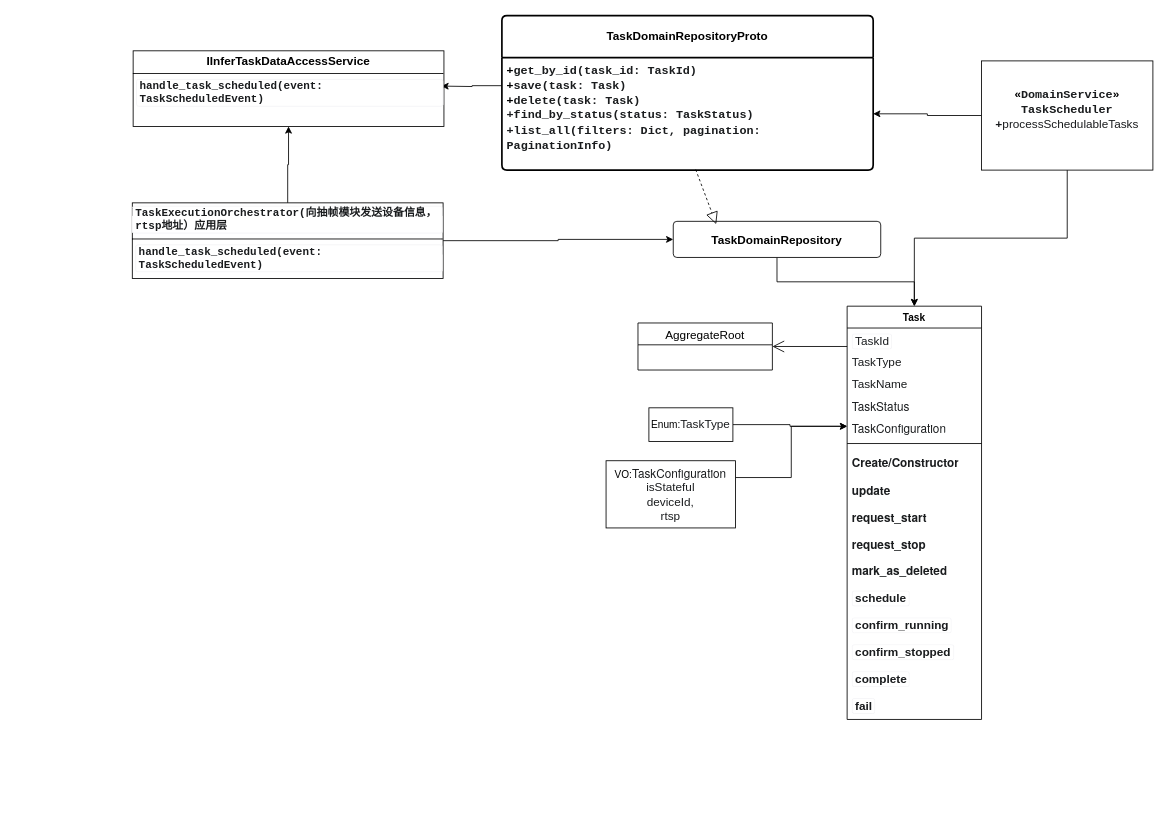
This is 1.drawio from monster-46173/djjs, a draw.io file, before an edit. Source tidied: cells renumbered, new cells numbered last; positions are measured from the earlier drawing's top-left corner, leaving out a move shared by most shapes. Both pictures are drawn from the tidied source at 84%, with x=0, y=0 at pixel (132, 15).
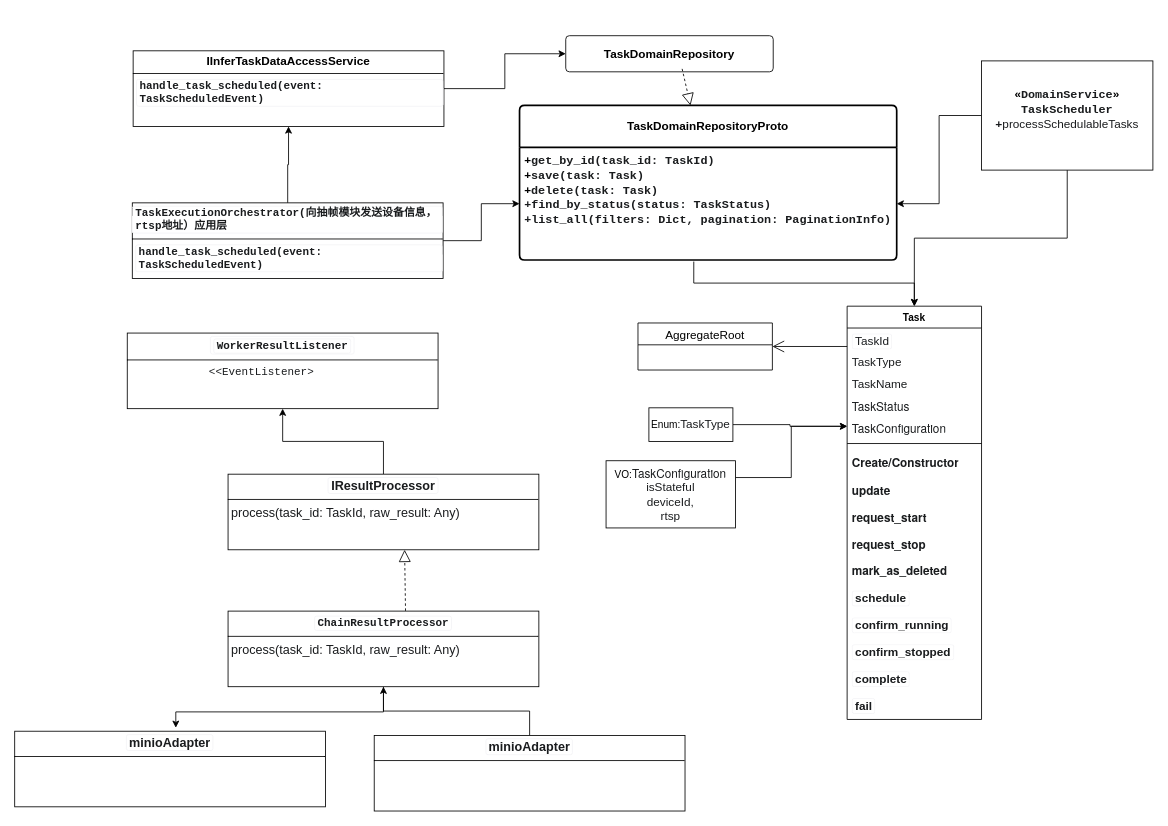
The same diagram, later.

Unchanged cells that the change refers to:
```xml
<mxCell id="4" value="Task" style="swimlane;fontStyle=1;align=center;verticalAlign=top;horizontal=1;startSize=26;whiteSpace=wrap;html=1;" parent="1" vertex="1">
  <mxGeometry x="851" y="346" width="160" height="492" as="geometry" />
</mxCell>
<mxCell id="35" value="&lt;p style=&quot;margin:0px;margin-top:4px;text-align:center;&quot;&gt;&lt;strong style=&quot;box-sizing: border-box; color: rgb(26, 28, 30); font-family: &amp;quot;Google Sans Text&amp;quot;, &amp;quot;Helvetica Neue&amp;quot;, sans-serif; font-size: 14px; text-align: start; background-color: rgb(255, 255, 255);&quot; class=&quot;ng-star-inserted&quot;&gt;&lt;span style=&quot;box-sizing: border-box; background-image: none; background-position: 0% 0%; background-size: auto; background-repeat: repeat; background-attachment: scroll; background-origin: padding-box; background-clip: border-box; border-color: rgb(243, 243, 246); border-style: solid; border-width: 0.666667px; border-image: none 100% / 1 / 0 stretch; border-radius: 3px; font-size: 13px; padding: 0px 3px; display: inline-block; font-family: &amp;quot;DM Mono&amp;quot;, monospace;&quot; class=&quot;inline-code ng-star-inserted&quot;&gt;TaskExecutionOrchestrator(向抽帧模块发送设备信息，rtsp地址）应用层&lt;/span&gt;&lt;/strong&gt;&lt;/p&gt;&lt;hr size=&quot;1&quot; style=&quot;border-style:solid;&quot;&gt;&lt;p style=&quot;margin:0px;margin-left:4px;&quot;&gt;&lt;/p&gt;&lt;p style=&quot;margin:0px;margin-left:4px;&quot;&gt;&lt;strong style=&quot;box-sizing: border-box; color: rgb(26, 28, 30); font-family: &amp;quot;Google Sans Text&amp;quot;, &amp;quot;Helvetica Neue&amp;quot;, sans-serif; font-size: 14px; background-color: rgb(255, 255, 255);&quot; class=&quot;ng-star-inserted&quot;&gt;&lt;span style=&quot;box-sizing: border-box; background-image: none; background-position: 0% 0%; background-size: auto; background-repeat: repeat; background-attachment: scroll; background-origin: padding-box; background-clip: border-box; border-color: rgb(243, 243, 246); border-style: solid; border-width: 0.666667px; border-image: none 100% / 1 / 0 stretch; border-radius: 3px; font-size: 13px; padding: 0px 3px; display: inline-block; font-family: &amp;quot;DM Mono&amp;quot;, monospace;&quot; class=&quot;inline-code ng-star-inserted&quot;&gt;handle_task_scheduled(event: TaskScheduledEvent)&lt;/span&gt;&lt;/strong&gt;&lt;/p&gt;" style="verticalAlign=top;align=left;overflow=fill;html=1;whiteSpace=wrap;" parent="1" vertex="1">
  <mxGeometry y="223" width="370" height="90" as="geometry" />
</mxCell>
<mxCell id="37" value="&lt;p style=&quot;margin:0px;margin-top:4px;text-align:center;&quot;&gt;&lt;b style=&quot;font-size: 14px;&quot;&gt;IInferTaskDataAccessService&lt;/b&gt;&lt;/p&gt;&lt;hr size=&quot;1&quot; style=&quot;border-style:solid;&quot;&gt;&lt;p style=&quot;margin:0px;margin-left:4px;&quot;&gt;&lt;/p&gt;&lt;p style=&quot;margin:0px;margin-left:4px;&quot;&gt;&lt;strong style=&quot;box-sizing: border-box; color: rgb(26, 28, 30); font-family: &amp;quot;Google Sans Text&amp;quot;, &amp;quot;Helvetica Neue&amp;quot;, sans-serif; font-size: 14px; background-color: rgb(255, 255, 255);&quot; class=&quot;ng-star-inserted&quot;&gt;&lt;span style=&quot;box-sizing: border-box; background-image: none; background-position: 0% 0%; background-size: auto; background-repeat: repeat; background-attachment: scroll; background-origin: padding-box; background-clip: border-box; border-color: rgb(243, 243, 246); border-style: solid; border-width: 0.666667px; border-image: none 100% / 1 / 0 stretch; border-radius: 3px; font-size: 13px; padding: 0px 3px; display: inline-block; font-family: &amp;quot;DM Mono&amp;quot;, monospace;&quot; class=&quot;inline-code ng-star-inserted&quot;&gt;handle_task_scheduled(event: TaskScheduledEvent)&lt;/span&gt;&lt;/strong&gt;&lt;/p&gt;" style="verticalAlign=top;align=left;overflow=fill;html=1;whiteSpace=wrap;" parent="1" vertex="1">
  <mxGeometry x="1" y="42" width="370" height="90" as="geometry" />
</mxCell>
```

What changed in the source:
```diff
@@
-    <mxCell id="21" style="edgeStyle=orthogonalEdgeStyle;rounded=0;jettySize=auto;html=1;exitX=0.5;exitY=1;exitDx=0;exitDy=0;" parent="1" edge="1" source="22" target="4">
+    <mxCell id="21" style="edgeStyle=orthogonalEdgeStyle;rounded=0;jettySize=auto;html=1;exitX=0.462;exitY=1.014;exitDx=0;exitDy=0;exitPerimeter=0;" parent="1" edge="1" source="24" target="4">
       <mxGeometry relative="1" as="geometry" />
     </mxCell>
     <mxCell id="22" value="&lt;font face=&quot;Helvetica&quot; style=&quot;font-size: 14px;&quot;&gt;&lt;b&gt;TaskDomainRepository&lt;/b&gt;&lt;/font&gt;" style="rounded=1;arcSize=10;whiteSpace=wrap;html=1;align=center;" parent="1" vertex="1">
-      <mxGeometry x="644" y="245" width="247" height="43" as="geometry" />
+      <mxGeometry x="516" y="24" width="247" height="43" as="geometry" />
     </mxCell>
     <mxCell id="23" value="&lt;b&gt;TaskDomainRepositoryProto&lt;/b&gt;" style="swimlane;horizontal=1;startSize=50;rounded=1;fontSize=14;fontStyle=0;strokeWidth=2;shadow=0;dashed=0;align=center;arcSize=4;whiteSpace=wrap;html=1;" parent="1" vertex="1">
-      <mxGeometry x="440" width="442" height="184" as="geometry" />
+      <mxGeometry x="461" y="107" width="449" height="184" as="geometry" />
     </mxCell>
     <mxCell id="24" value="&lt;font style=&quot;font-size: 14px;&quot;&gt;&lt;b&gt;+&lt;span style=&quot;color: rgb(26, 28, 30); font-family: &amp;quot;DM Mono&amp;quot;, monospace; background-color: rgb(255, 255, 255);&quot;&gt;get_by_id(task_id: TaskId)&lt;/span&gt;&lt;br&gt;+&lt;span style=&quot;color: rgb(26, 28, 30); font-family: &amp;quot;DM Mono&amp;quot;, monospace; background-color: rgb(255, 255, 255);&quot;&gt;save(task: Task)&lt;/span&gt;&lt;br&gt;+&lt;span style=&quot;color: rgb(26, 28, 30); font-family: &amp;quot;DM Mono&amp;quot;, monospace; background-color: rgb(255, 255, 255);&quot;&gt;delete(task: Task)&lt;/span&gt;&lt;/b&gt;&lt;/font&gt;&lt;div&gt;&lt;font style=&quot;font-size: 14px;&quot;&gt;&lt;b&gt;&lt;font style=&quot;&quot;&gt;&lt;span style=&quot;color: rgb(26, 28, 30); font-family: &amp;quot;DM Mono&amp;quot;, monospace; background-color: rgb(255, 255, 255);&quot;&gt;+&lt;/span&gt;&lt;/font&gt;&lt;span style=&quot;background-color: rgb(255, 255, 255); color: rgb(26, 28, 30); font-family: &amp;quot;DM Mono&amp;quot;, monospace;&quot;&gt;find_by_status(status: TaskStatus)&lt;/span&gt;&lt;/b&gt;&lt;/font&gt;&lt;/div&gt;&lt;div&gt;&lt;font style=&quot;font-size: 14px;&quot;&gt;&lt;b&gt;&lt;span style=&quot;background-color: rgb(255, 255, 255); color: rgb(26, 28, 30); font-family: &amp;quot;DM Mono&amp;quot;, monospace;&quot;&gt;+&lt;/span&gt;&lt;span style=&quot;background-color: rgb(255, 255, 255); color: rgb(26, 28, 30); font-family: &amp;quot;DM Mono&amp;quot;, monospace;&quot;&gt;list_all(filters: Dict, pagination: PaginationInfo)&lt;/span&gt;&lt;/b&gt;&lt;/font&gt;&lt;/div&gt;" style="align=left;strokeColor=none;fillColor=none;spacingLeft=4;spacingRight=4;fontSize=12;verticalAlign=top;html=1;whiteSpace=wrap;" parent="23" vertex="1">
-      <mxGeometry y="50" width="442" height="134" as="geometry" />
+      <mxGeometry y="50" width="449" height="134" as="geometry" />
     </mxCell>
-    <mxCell id="25" style="endArrow=block;dashed=1;endFill=0;endSize=12;html=1;rounded=0;entryX=0.207;entryY=0.079;entryDx=0;entryDy=0;entryPerimeter=0;exitX=0.522;exitY=0.995;exitDx=0;exitDy=0;exitPerimeter=0;" parent="1" edge="1" source="24" target="22">
+    <mxCell id="25" style="endArrow=block;dashed=1;endFill=0;endSize=12;html=1;rounded=0;exitX=0.561;exitY=0.918;exitDx=0;exitDy=0;exitPerimeter=0;" parent="1" edge="1" source="22" target="23">
       <mxGeometry relative="1" as="geometry" />
     </mxCell>
@@
-    <mxCell id="33" style="edgeStyle=orthogonalEdgeStyle;rounded=0;jettySize=auto;html=1;exitX=1;exitY=0.5;exitDx=0;exitDy=0;entryX=0;entryY=0.5;entryDx=0;entryDy=0;" parent="1" edge="1" source="35" target="22">
+    <mxCell id="33" style="edgeStyle=orthogonalEdgeStyle;rounded=0;jettySize=auto;html=1;exitX=1;exitY=0.5;exitDx=0;exitDy=0;entryX=0;entryY=0.5;entryDx=0;entryDy=0;" parent="1" edge="1" source="35" target="24">
       <mxGeometry relative="1" as="geometry" />
     </mxCell>
@@
-    <mxCell id="36" style="edgeStyle=orthogonalEdgeStyle;rounded=0;jettySize=auto;html=1;exitX=0;exitY=0.25;exitDx=0;exitDy=0;" parent="1" edge="1" source="24">
-      <mxGeometry relative="1" as="geometry">
-        <mxPoint x="368" y="84" as="targetPoint" />
-      </mxGeometry>
-    </mxCell>
+    <mxCell id="38" style="edgeStyle=orthogonalEdgeStyle;rounded=0;jettySize=auto;html=1;exitX=1;exitY=0.5;exitDx=0;exitDy=0;" parent="1" edge="1" source="37" target="22">
+      <mxGeometry relative="1" as="geometry" />
+    </mxCell>
@@
+    <mxCell id="39" value="&lt;p style=&quot;margin:0px;margin-top:4px;text-align:center;&quot;&gt;&lt;strong style=&quot;box-sizing: border-box; color: rgb(26, 28, 30); font-family: &amp;quot;Google Sans Text&amp;quot;, &amp;quot;Helvetica Neue&amp;quot;, sans-serif; font-size: 14px; text-align: left; background-color: rgb(255, 255, 255);&quot; class=&quot;ng-star-inserted&quot;&gt;&lt;span style=&quot;box-sizing: border-box; background-image: none; background-position: 0% 0%; background-size: auto; background-repeat: repeat; background-attachment: scroll; background-origin: padding-box; background-clip: border-box; border-color: rgb(243, 243, 246); border-style: solid; border-width: 0.666667px; border-image: none 100% / 1 / 0 stretch; border-radius: 3px; font-size: 13px; padding: 0px 3px; display: inline-block; font-family: &amp;quot;DM Mono&amp;quot;, monospace;&quot; class=&quot;inline-code ng-star-inserted&quot;&gt;&lt;strong style=&quot;box-sizing: border-box; font-family: &amp;quot;Google Sans Text&amp;quot;, &amp;quot;Helvetica Neue&amp;quot;, sans-serif; font-size: 14px;&quot; class=&quot;ng-star-inserted&quot;&gt;&lt;span style=&quot;box-sizing: border-box; background-image: none; background-position: 0% 0%; background-size: auto; background-repeat: repeat; background-attachment: scroll; background-origin: padding-box; background-clip: border-box; border-color: rgb(243, 243, 246); border-style: solid; border-width: 0.666667px; border-image: none 100% / 1 / 0 stretch; border-radius: 3px; font-size: 13px; padding: 0px 3px; display: inline-block; font-family: &amp;quot;DM Mono&amp;quot;, monospace;&quot; class=&quot;inline-code ng-star-inserted&quot;&gt;WorkerResultListener&lt;/span&gt;&lt;/strong&gt;&lt;/span&gt;&lt;/strong&gt;&lt;/p&gt;&lt;hr size=&quot;1&quot; style=&quot;border-style:solid;&quot;&gt;&lt;p style=&quot;margin:0px;margin-left:4px;&quot;&gt;&lt;/p&gt;&lt;p style=&quot;margin:0px;margin-left:4px;&quot;&gt;&lt;span style=&quot;color: rgb(26, 28, 30); font-family: &amp;quot;DM Mono&amp;quot;, monospace; font-size: 13px; background-color: rgb(255, 255, 255);&quot;&gt;&amp;nbsp; &amp;nbsp; &amp;nbsp; &amp;nbsp; &amp;nbsp; &amp;nbsp; &amp;lt;&amp;lt;EventListener&amp;gt;&lt;/span&gt;&lt;/p&gt;" style="verticalAlign=top;align=left;overflow=fill;html=1;whiteSpace=wrap;" parent="1" vertex="1">
+      <mxGeometry x="-6" y="378" width="370" height="90" as="geometry" />
+    </mxCell>
+    <mxCell id="40" style="edgeStyle=orthogonalEdgeStyle;rounded=0;jettySize=auto;html=1;exitX=0.5;exitY=0;exitDx=0;exitDy=0;entryX=0.5;entryY=1;entryDx=0;entryDy=0;" parent="1" edge="1" source="41" target="39">
+      <mxGeometry relative="1" as="geometry" />
+    </mxCell>
+    <mxCell id="41" value="&lt;p style=&quot;margin:0px;margin-top:4px;text-align:center;&quot;&gt;&lt;strong style=&quot;box-sizing: border-box; color: rgb(26, 28, 30); text-align: left; background-color: rgb(255, 255, 255);&quot; class=&quot;ng-star-inserted&quot;&gt;&lt;span style=&quot;box-sizing: border-box; background-image: none; background-position: 0% 0%; background-size: auto; background-repeat: repeat; background-attachment: scroll; background-origin: padding-box; background-clip: border-box; border-color: rgb(243, 243, 246); border-style: solid; border-width: 0.666667px; border-image: none 100% / 1 / 0 stretch; border-radius: 3px; padding: 0px 3px; display: inline-block;&quot; class=&quot;inline-code ng-star-inserted&quot;&gt;&lt;font face=&quot;Helvetica&quot; style=&quot;font-size: 15px;&quot;&gt;IResultProcessor&lt;/font&gt;&lt;/span&gt;&lt;/strong&gt;&lt;/p&gt;&lt;hr size=&quot;1&quot; style=&quot;border-style:solid;&quot;&gt;&lt;p style=&quot;margin:0px;margin-left:4px;&quot;&gt;&lt;/p&gt;&lt;p style=&quot;margin:0px;margin-left:4px;&quot;&gt;&lt;span style=&quot;color: rgb(26, 28, 30); background-color: rgb(255, 255, 255);&quot;&gt;&lt;font face=&quot;Helvetica&quot; style=&quot;font-size: 15px;&quot;&gt;process(task_id: TaskId, raw_result: Any)&lt;/font&gt;&lt;/span&gt;&lt;/p&gt;" style="verticalAlign=top;align=left;overflow=fill;html=1;whiteSpace=wrap;" parent="1" vertex="1">
+      <mxGeometry x="114" y="546" width="370" height="90" as="geometry" />
+    </mxCell>
+    <mxCell id="42" style="edgeStyle=orthogonalEdgeStyle;rounded=0;jettySize=auto;html=1;exitX=0.5;exitY=1;exitDx=0;exitDy=0;" parent="1" edge="1" source="43">
+      <mxGeometry relative="1" as="geometry">
+        <mxPoint x="51.8" y="847.9" as="targetPoint" />
+        <Array as="points">
+          <mxPoint x="299" y="829" />
+          <mxPoint x="52" y="829" />
+        </Array>
+      </mxGeometry>
+    </mxCell>
+    <mxCell id="43" value="&lt;p style=&quot;margin:0px;margin-top:4px;text-align:center;&quot;&gt;&lt;strong style=&quot;box-sizing: border-box; color: rgb(26, 28, 30); font-family: &amp;quot;Google Sans Text&amp;quot;, &amp;quot;Helvetica Neue&amp;quot;, sans-serif; font-size: 14px; text-align: left; background-color: rgb(255, 255, 255);&quot; class=&quot;ng-star-inserted&quot;&gt;&lt;span style=&quot;box-sizing: border-box; background-image: none; background-position: 0% 0%; background-size: auto; background-repeat: repeat; background-attachment: scroll; background-origin: padding-box; background-clip: border-box; border-color: rgb(243, 243, 246); border-style: solid; border-width: 0.666667px; border-image: none 100% / 1 / 0 stretch; border-radius: 3px; font-size: 13px; padding: 0px 3px; display: inline-block; font-family: &amp;quot;DM Mono&amp;quot;, monospace;&quot; class=&quot;inline-code ng-star-inserted&quot;&gt;ChainResultProcessor&lt;/span&gt;&lt;/strong&gt;&lt;/p&gt;&lt;hr size=&quot;1&quot; style=&quot;border-style:solid;&quot;&gt;&lt;p style=&quot;margin:0px;margin-left:4px;&quot;&gt;&lt;/p&gt;&lt;p style=&quot;margin:0px;margin-left:4px;&quot;&gt;&lt;span style=&quot;color: rgb(26, 28, 30); font-size: 15px; background-color: rgb(255, 255, 255);&quot;&gt;process(task_id: TaskId, raw_result: Any)&lt;/span&gt;&lt;/p&gt;" style="verticalAlign=top;align=left;overflow=fill;html=1;whiteSpace=wrap;" parent="1" vertex="1">
+      <mxGeometry x="114" y="709" width="370" height="90" as="geometry" />
+    </mxCell>
+    <mxCell id="44" style="endArrow=block;dashed=1;endFill=0;endSize=12;html=1;rounded=0;entryX=0.568;entryY=1;entryDx=0;entryDy=0;exitX=0.571;exitY=-0.003;exitDx=0;exitDy=0;entryPerimeter=0;exitPerimeter=0;" parent="1" edge="1" source="43" target="41">
+      <mxGeometry relative="1" as="geometry" />
+    </mxCell>
+    <mxCell id="45" value="&lt;p style=&quot;margin:0px;margin-top:4px;text-align:center;&quot;&gt;&lt;strong style=&quot;box-sizing: border-box; color: rgb(26, 28, 30); text-align: left; background-color: rgb(255, 255, 255);&quot; class=&quot;ng-star-inserted&quot;&gt;&lt;span style=&quot;box-sizing: border-box; background-image: none; background-position: 0% 0%; background-size: auto; background-repeat: repeat; background-attachment: scroll; background-origin: padding-box; background-clip: border-box; border-color: rgb(243, 243, 246); border-style: solid; border-width: 0.666667px; border-image: none 100% / 1 / 0 stretch; border-radius: 3px; padding: 0px 3px; display: inline-block;&quot; class=&quot;inline-code ng-star-inserted&quot;&gt;&lt;font face=&quot;Helvetica&quot; style=&quot;font-size: 15px;&quot;&gt;minioAdapter&lt;/font&gt;&lt;/span&gt;&lt;/strong&gt;&lt;/p&gt;&lt;hr size=&quot;1&quot; style=&quot;border-style:solid;&quot;&gt;&lt;p style=&quot;margin:0px;margin-left:4px;&quot;&gt;&lt;/p&gt;&lt;p style=&quot;margin:0px;margin-left:4px;&quot;&gt;&lt;br&gt;&lt;/p&gt;" style="verticalAlign=top;align=left;overflow=fill;html=1;whiteSpace=wrap;" parent="1" vertex="1">
+      <mxGeometry x="-140" y="852" width="370" height="90" as="geometry" />
+    </mxCell>
+    <mxCell id="46" style="edgeStyle=orthogonalEdgeStyle;rounded=0;jettySize=auto;html=1;exitX=0.5;exitY=0;exitDx=0;exitDy=0;" parent="1" edge="1" source="47" target="43">
+      <mxGeometry relative="1" as="geometry" />
+    </mxCell>
+    <mxCell id="47" value="&lt;p style=&quot;margin:0px;margin-top:4px;text-align:center;&quot;&gt;&lt;strong style=&quot;box-sizing: border-box; color: rgb(26, 28, 30); text-align: left; background-color: rgb(255, 255, 255);&quot; class=&quot;ng-star-inserted&quot;&gt;&lt;span style=&quot;box-sizing: border-box; background-image: none; background-position: 0% 0%; background-size: auto; background-repeat: repeat; background-attachment: scroll; background-origin: padding-box; background-clip: border-box; border-color: rgb(243, 243, 246); border-style: solid; border-width: 0.666667px; border-image: none 100% / 1 / 0 stretch; border-radius: 3px; padding: 0px 3px; display: inline-block;&quot; class=&quot;inline-code ng-star-inserted&quot;&gt;&lt;font face=&quot;Helvetica&quot; style=&quot;font-size: 15px;&quot;&gt;minioAdapter&lt;/font&gt;&lt;/span&gt;&lt;/strong&gt;&lt;/p&gt;&lt;hr size=&quot;1&quot; style=&quot;border-style:solid;&quot;&gt;&lt;p style=&quot;margin:0px;margin-left:4px;&quot;&gt;&lt;/p&gt;&lt;p style=&quot;margin:0px;margin-left:4px;&quot;&gt;&lt;br&gt;&lt;/p&gt;" style="verticalAlign=top;align=left;overflow=fill;html=1;whiteSpace=wrap;" parent="1" vertex="1">
+      <mxGeometry x="288" y="857" width="370" height="90" as="geometry" />
+    </mxCell>
```
